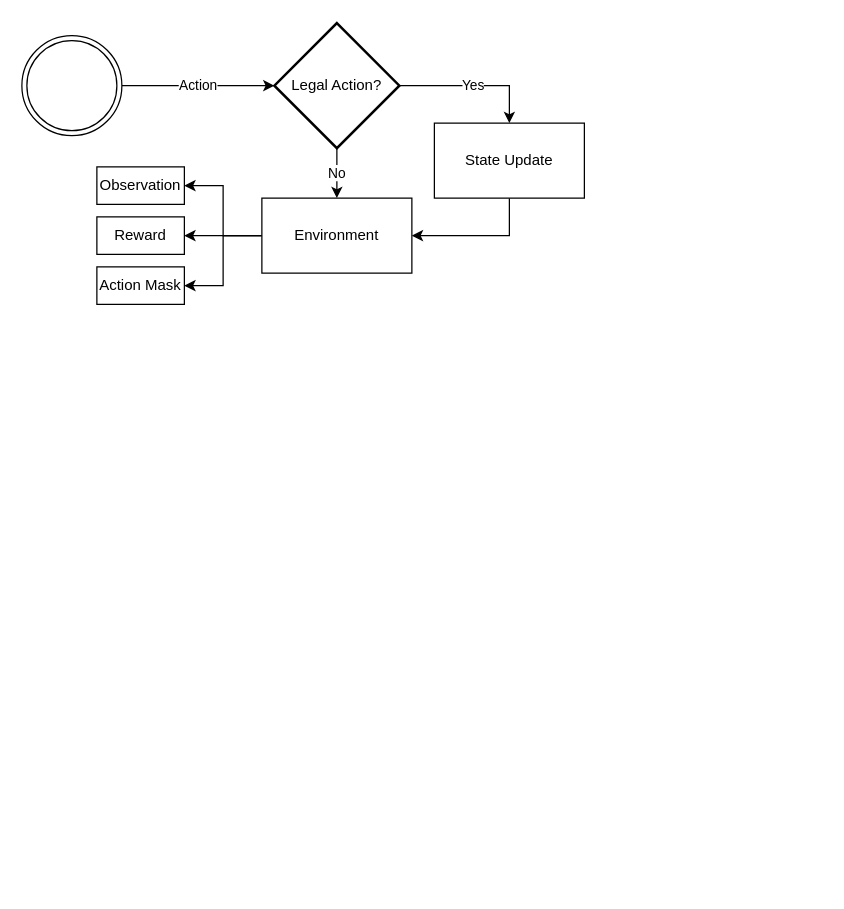
Before: environment.drawio in felixstillger/draw_io, a draw.io diagram. Source tidied: cells renumbered, new cells numbered last; positions are measured from the earlier drawing's top-left corner, leaving out a move shared by most shapes. Both pictures are drawn from the tidied source at 125%, with x=0, y=0 at pixel (21, 22).
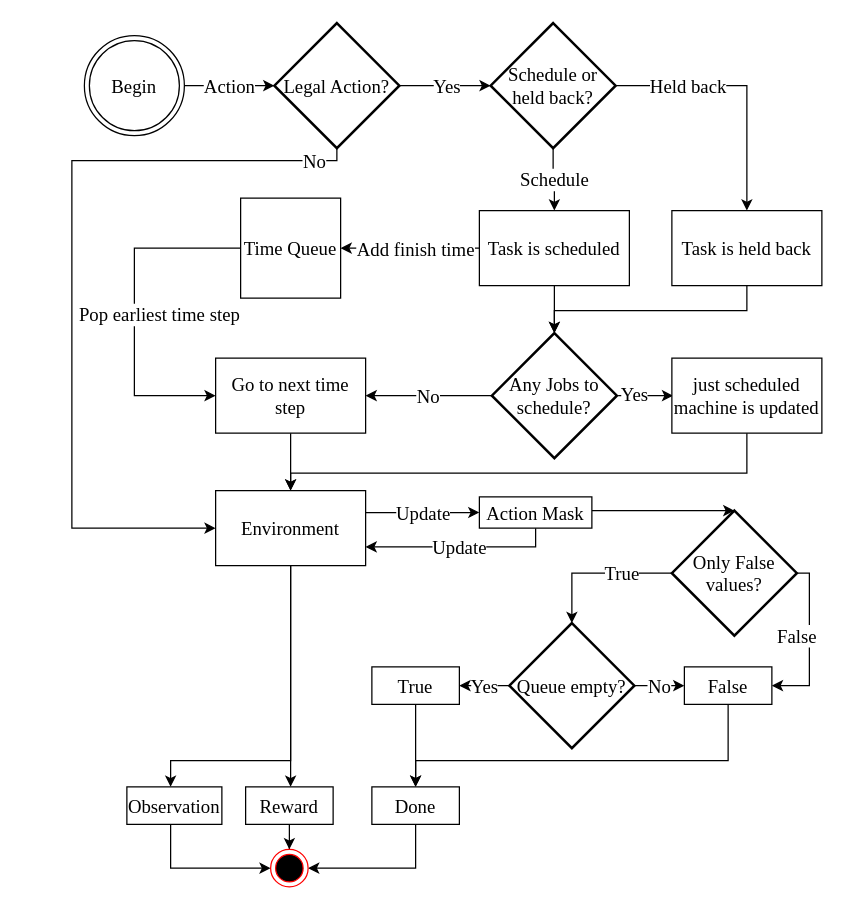
The same diagram, later.

The edit, as a diff of the source:
```diff
@@
-    <mxCell id="2" value="Action" style="edgeStyle=orthogonalEdgeStyle;rounded=0;jettySize=auto;html=1;entryX=0;entryY=0.5;entryDx=0;entryDy=0;entryPerimeter=0;" parent="1" edge="1" source="3" target="6">
+    <mxCell id="2" value="Action" style="edgeStyle=orthogonalEdgeStyle;rounded=0;jettySize=auto;html=1;entryX=0;entryY=0.5;entryDx=0;entryDy=0;entryPerimeter=0;fontFamily=Times New Roman;fontSize=15;" parent="1" edge="1" source="3" target="6">
       <mxGeometry relative="1" as="geometry" />
     </mxCell>
-    <mxCell id="3" style="ellipse;shape=doubleEllipse;whiteSpace=wrap;html=1;" parent="1" vertex="1">
-      <mxGeometry y="10" width="80" height="80" as="geometry" />
+    <mxCell id="3" value="Begin" style="ellipse;shape=doubleEllipse;whiteSpace=wrap;html=1;fontFamily=Times New Roman;fontSize=15;" parent="1" vertex="1">
+      <mxGeometry x="50" y="10" width="80" height="80" as="geometry" />
     </mxCell>
-    <mxCell id="4" value="No" style="edgeStyle=orthogonalEdgeStyle;rounded=0;jettySize=auto;html=1;entryX=0.5;entryY=0;entryDx=0;entryDy=0;" parent="1" edge="1" source="6">
-      <mxGeometry relative="1" as="geometry">
-        <mxPoint x="252" y="140" as="targetPoint" />
-      </mxGeometry>
-    </mxCell>
-    <mxCell id="5" value="Yes" style="edgeStyle=orthogonalEdgeStyle;rounded=0;jettySize=auto;html=1;entryX=0.5;entryY=0;entryDx=0;entryDy=0;" parent="1" edge="1" source="6" target="12">
-      <mxGeometry relative="1" as="geometry" />
+    <mxCell id="5" value="Yes" style="edgeStyle=orthogonalEdgeStyle;rounded=0;jettySize=auto;html=1;fontFamily=Times New Roman;fontSize=15;" parent="1" edge="1" source="6" target="34">
+      <mxGeometry x="0.04" relative="1" as="geometry" />
     </mxCell>
+    <mxCell id="16" value="No" style="edgeStyle=orthogonalEdgeStyle;rounded=0;jettySize=auto;html=1;fontFamily=Times New Roman;fontSize=15;" parent="1" edge="1" source="6" target="10">
+      <mxGeometry x="-0.91" relative="1" as="geometry">
+        <Array as="points">
+          <mxPoint x="252" y="110" />
+          <mxPoint x="40" y="110" />
+          <mxPoint x="40" y="404" />
+        </Array>
+      </mxGeometry>
+    </mxCell>
-    <mxCell id="6" value="Legal Action?" style="strokeWidth=2;html=1;shape=mxgraph.flowchart.decision;whiteSpace=wrap;" parent="1" vertex="1">
+    <mxCell id="6" value="Legal Action?" style="strokeWidth=2;html=1;shape=mxgraph.flowchart.decision;whiteSpace=wrap;fontFamily=Times New Roman;fontSize=15;" parent="1" vertex="1">
       <mxGeometry x="202" width="100" height="100" as="geometry" />
     </mxCell>
-    <mxCell id="7" style="edgeStyle=orthogonalEdgeStyle;rounded=0;jettySize=auto;html=1;entryX=1;entryY=0.5;entryDx=0;entryDy=0;" parent="1" edge="1" source="10" target="13">
-      <mxGeometry relative="1" as="geometry" />
-    </mxCell>
+    <mxCell id="9" value="Update" style="edgeStyle=orthogonalEdgeStyle;rounded=0;jettySize=auto;html=1;entryX=0;entryY=0.5;entryDx=0;entryDy=0;fontFamily=Times New Roman;fontSize=15;" parent="1" edge="1" source="10" target="15">
+      <mxGeometry relative="1" as="geometry">
+        <Array as="points">
+          <mxPoint x="321" y="392" />
+        </Array>
+      </mxGeometry>
+    </mxCell>
-    <mxCell id="8" style="edgeStyle=orthogonalEdgeStyle;rounded=0;jettySize=auto;html=1;entryX=1;entryY=0.5;entryDx=0;entryDy=0;" parent="1" edge="1" source="10" target="14">
-      <mxGeometry relative="1" as="geometry" />
+    <mxCell id="8" style="edgeStyle=orthogonalEdgeStyle;rounded=0;jettySize=auto;html=1;fontFamily=Times New Roman;fontSize=15;" parent="1" edge="1" source="10" target="14">
+      <mxGeometry relative="1" as="geometry">
+        <Array as="points">
+          <mxPoint x="215" y="559" />
+          <mxPoint x="215" y="559" />
+        </Array>
+      </mxGeometry>
     </mxCell>
-    <mxCell id="9" style="edgeStyle=orthogonalEdgeStyle;rounded=0;jettySize=auto;html=1;entryX=1;entryY=0.5;entryDx=0;entryDy=0;" parent="1" edge="1" source="10" target="15">
-      <mxGeometry relative="1" as="geometry" />
-    </mxCell>
+    <mxCell id="17" style="edgeStyle=orthogonalEdgeStyle;rounded=0;jettySize=auto;html=1;fontFamily=Times New Roman;fontSize=15;" parent="1" edge="1" target="13">
+      <mxGeometry relative="1" as="geometry">
+        <mxPoint x="215" y="434" as="sourcePoint" />
+        <Array as="points">
+          <mxPoint x="215" y="590" />
+          <mxPoint x="119" y="590" />
+        </Array>
+      </mxGeometry>
+    </mxCell>
-    <mxCell id="10" value="Environment" style="rounded=0;whiteSpace=wrap;html=1;" parent="1" vertex="1">
-      <mxGeometry x="192" y="140" width="120" height="60" as="geometry" />
+    <mxCell id="10" value="Environment" style="rounded=0;whiteSpace=wrap;html=1;fontFamily=Times New Roman;fontSize=15;" parent="1" vertex="1">
+      <mxGeometry x="155" y="374" width="120" height="60" as="geometry" />
     </mxCell>
-    <mxCell id="11" style="edgeStyle=orthogonalEdgeStyle;rounded=0;jettySize=auto;html=1;entryX=1;entryY=0.5;entryDx=0;entryDy=0;" parent="1" edge="1" source="12" target="10">
-      <mxGeometry relative="1" as="geometry">
-        <Array as="points">
-          <mxPoint x="390" y="170" />
-        </Array>
-      </mxGeometry>
-    </mxCell>
+    <mxCell id="18" style="edgeStyle=orthogonalEdgeStyle;rounded=0;jettySize=auto;html=1;fontFamily=Times New Roman;fontSize=15;" parent="1" edge="1" source="12" target="38">
+      <mxGeometry relative="1" as="geometry" />
+    </mxCell>
+    <mxCell id="19" value="Add finish time" style="edgeLabel;html=1;align=center;verticalAlign=middle;fontSize=15;fontFamily=Times New Roman;" parent="18" vertex="1">
+      <mxGeometry x="0.45" relative="1" as="geometry">
+        <mxPoint x="28" as="offset" />
+      </mxGeometry>
+    </mxCell>
+    <mxCell id="20" style="edgeStyle=orthogonalEdgeStyle;rounded=0;jettySize=auto;html=1;entryX=0.5;entryY=0;entryDx=0;entryDy=0;entryPerimeter=0;fontFamily=Times New Roman;fontSize=15;" parent="1" edge="1" source="12" target="27">
+      <mxGeometry relative="1" as="geometry">
+        <Array as="points">
+          <mxPoint x="426" y="230" />
+          <mxPoint x="426" y="230" />
+        </Array>
+      </mxGeometry>
+    </mxCell>
-    <mxCell id="12" value="State Update" style="rounded=0;whiteSpace=wrap;html=1;" parent="1" vertex="1">
-      <mxGeometry x="330" y="80" width="120" height="60" as="geometry" />
+    <mxCell id="12" value="Task is scheduled" style="rounded=0;whiteSpace=wrap;html=1;fontFamily=Times New Roman;fontSize=15;" parent="1" vertex="1">
+      <mxGeometry x="366" y="150" width="120" height="60" as="geometry" />
     </mxCell>
+    <mxCell id="21" style="edgeStyle=orthogonalEdgeStyle;rounded=0;jettySize=auto;html=1;fontFamily=Times New Roman;fontSize=15;" parent="1" edge="1" source="13" target="48">
+      <mxGeometry relative="1" as="geometry">
+        <Array as="points">
+          <mxPoint x="119" y="676" />
+        </Array>
+      </mxGeometry>
+    </mxCell>
-    <mxCell id="13" value="Observation" style="rounded=0;whiteSpace=wrap;html=1;" parent="1" vertex="1">
-      <mxGeometry x="60" y="115" width="70" height="30" as="geometry" />
+    <mxCell id="13" value="Observation" style="rounded=0;whiteSpace=wrap;html=1;fontFamily=Times New Roman;fontSize=15;" parent="1" vertex="1">
+      <mxGeometry x="84" y="611" width="76" height="30" as="geometry" />
     </mxCell>
+    <mxCell id="22" style="edgeStyle=orthogonalEdgeStyle;rounded=0;jettySize=auto;html=1;entryX=0.5;entryY=0;entryDx=0;entryDy=0;fontFamily=Times New Roman;fontSize=15;" parent="1" edge="1" source="14" target="48">
+      <mxGeometry relative="1" as="geometry" />
+    </mxCell>
-    <mxCell id="14" value="Reward" style="rounded=0;whiteSpace=wrap;html=1;" parent="1" vertex="1">
-      <mxGeometry x="60" y="155" width="70" height="30" as="geometry" />
+    <mxCell id="14" value="Reward" style="rounded=0;whiteSpace=wrap;html=1;fontFamily=Times New Roman;fontSize=15;" parent="1" vertex="1">
+      <mxGeometry x="179" y="611" width="70" height="30" as="geometry" />
     </mxCell>
+    <mxCell id="23" value="Update" style="edgeStyle=orthogonalEdgeStyle;rounded=0;jettySize=auto;html=1;entryX=1;entryY=0.75;entryDx=0;entryDy=0;fontFamily=Times New Roman;fontSize=15;" parent="1" edge="1" source="15" target="10">
+      <mxGeometry relative="1" as="geometry">
+        <Array as="points">
+          <mxPoint x="411" y="419" />
+        </Array>
+      </mxGeometry>
+    </mxCell>
+    <mxCell id="24" style="edgeStyle=orthogonalEdgeStyle;rounded=0;jettySize=auto;html=1;entryX=0.5;entryY=0;entryDx=0;entryDy=0;entryPerimeter=0;fontFamily=Times New Roman;fontSize=15;" parent="1" edge="1" source="15" target="51">
+      <mxGeometry relative="1" as="geometry">
+        <Array as="points">
+          <mxPoint x="470" y="390" />
+          <mxPoint x="470" y="390" />
+        </Array>
+      </mxGeometry>
+    </mxCell>
-    <mxCell id="15" value="Action Mask" style="rounded=0;whiteSpace=wrap;html=1;" parent="1" vertex="1">
-      <mxGeometry x="60" y="195" width="70" height="30" as="geometry" />
+    <mxCell id="15" value="Action Mask" style="rounded=0;whiteSpace=wrap;html=1;fontFamily=Times New Roman;fontSize=15;" parent="1" vertex="1">
+      <mxGeometry x="366" y="379" width="90" height="25" as="geometry" />
     </mxCell>
+    <mxCell id="25" value="No" style="edgeStyle=orthogonalEdgeStyle;rounded=0;jettySize=auto;html=1;fontFamily=Times New Roman;fontSize=15;" parent="1" edge="1" source="27" target="29">
+      <mxGeometry relative="1" as="geometry" />
+    </mxCell>
+    <mxCell id="26" value="Yes" style="edgeStyle=orthogonalEdgeStyle;rounded=0;orthogonalLoop=1;jettySize=auto;html=1;fontFamily=Times New Roman;fontSize=15;" parent="1" edge="1">
+      <mxGeometry x="-0.41" y="1" relative="1" as="geometry">
+        <mxPoint x="477" y="298" as="sourcePoint" />
+        <mxPoint x="521" y="298" as="targetPoint" />
+      </mxGeometry>
+    </mxCell>
+    <mxCell id="27" value="Any Jobs to schedule?" style="strokeWidth=2;html=1;shape=mxgraph.flowchart.decision;whiteSpace=wrap;fontFamily=Times New Roman;fontSize=15;" parent="1" vertex="1">
+      <mxGeometry x="376" y="248" width="100" height="100" as="geometry" />
+    </mxCell>
+    <mxCell id="28" style="edgeStyle=orthogonalEdgeStyle;rounded=0;jettySize=auto;html=1;entryX=0.5;entryY=0;entryDx=0;entryDy=0;fontFamily=Times New Roman;fontSize=15;" parent="1" edge="1" source="29" target="10">
+      <mxGeometry relative="1" as="geometry" />
+    </mxCell>
+    <mxCell id="29" value="Go to next time step" style="rounded=0;whiteSpace=wrap;html=1;fontFamily=Times New Roman;fontSize=15;" parent="1" vertex="1">
+      <mxGeometry x="155" y="268" width="120" height="60" as="geometry" />
+    </mxCell>
+    <mxCell id="30" style="edgeStyle=orthogonalEdgeStyle;rounded=0;jettySize=auto;html=1;fontFamily=Times New Roman;fontSize=15;" parent="1" edge="1" source="31" target="10">
+      <mxGeometry relative="1" as="geometry">
+        <Array as="points">
+          <mxPoint x="580" y="360" />
+          <mxPoint x="215" y="360" />
+        </Array>
+      </mxGeometry>
+    </mxCell>
+    <mxCell id="31" value="just scheduled machine is updated" style="rounded=0;whiteSpace=wrap;html=1;fontFamily=Times New Roman;fontSize=15;" parent="1" vertex="1">
+      <mxGeometry x="520" y="268" width="120" height="60" as="geometry" />
+    </mxCell>
+    <mxCell id="32" value="Schedule" style="edgeStyle=orthogonalEdgeStyle;rounded=0;jettySize=auto;html=1;entryX=0.5;entryY=0;entryDx=0;entryDy=0;fontFamily=Times New Roman;fontSize=15;" parent="1" edge="1" source="34" target="12">
+      <mxGeometry relative="1" as="geometry" />
+    </mxCell>
+    <mxCell id="33" value="Held back" style="edgeStyle=orthogonalEdgeStyle;rounded=0;jettySize=auto;html=1;entryX=0.5;entryY=0;entryDx=0;entryDy=0;fontFamily=Times New Roman;fontSize=15;" parent="1" edge="1" source="34" target="36">
+      <mxGeometry x="-0.43" relative="1" as="geometry" />
+    </mxCell>
+    <mxCell id="34" value="Schedule or held back?" style="strokeWidth=2;html=1;shape=mxgraph.flowchart.decision;whiteSpace=wrap;fontFamily=Times New Roman;fontSize=15;" parent="1" vertex="1">
+      <mxGeometry x="375" width="100" height="100" as="geometry" />
+    </mxCell>
+    <mxCell id="35" style="edgeStyle=orthogonalEdgeStyle;rounded=0;jettySize=auto;html=1;entryX=0.5;entryY=0;entryDx=0;entryDy=0;entryPerimeter=0;fontFamily=Times New Roman;fontSize=15;" parent="1" edge="1" source="36" target="27">
+      <mxGeometry relative="1" as="geometry">
+        <Array as="points">
+          <mxPoint x="580" y="230" />
+          <mxPoint x="426" y="230" />
+        </Array>
+      </mxGeometry>
+    </mxCell>
+    <mxCell id="36" value="Task is held back" style="rounded=0;whiteSpace=wrap;html=1;fontFamily=Times New Roman;fontSize=15;" parent="1" vertex="1">
+      <mxGeometry x="520" y="150" width="120" height="60" as="geometry" />
+    </mxCell>
+    <mxCell id="37" value="&lt;span style=&quot;caret-color: rgb(0, 0, 0); color: rgb(0, 0, 0); font-family: &amp;quot;Times New Roman&amp;quot;; font-size: 15px; font-style: normal; font-variant-caps: normal; font-weight: 400; letter-spacing: normal; text-align: center; text-indent: 0px; text-transform: none; word-spacing: 0px; -webkit-text-stroke-width: 0px; background-color: rgb(255, 255, 255); text-decoration: none; float: none; display: inline !important;&quot;&gt;Pop earliest time step&lt;/span&gt;" style="edgeStyle=orthogonalEdgeStyle;rounded=0;jettySize=auto;html=1;entryX=0;entryY=0.5;entryDx=0;entryDy=0;fontFamily=Times New Roman;fontSize=15;" parent="1" edge="1" source="38" target="29">
+      <mxGeometry x="0.03" y="20" relative="1" as="geometry">
+        <Array as="points">
+          <mxPoint x="90" y="180" />
+          <mxPoint x="90" y="298" />
+        </Array>
+      </mxGeometry>
+    </mxCell>
+    <mxCell id="38" value="Time Queue" style="whiteSpace=wrap;html=1;fontFamily=Times New Roman;fontSize=15;" parent="1" vertex="1">
+      <mxGeometry x="175" y="140" width="80" height="80" as="geometry" />
+    </mxCell>
+    <mxCell id="39" value="Yes" style="edgeStyle=orthogonalEdgeStyle;rounded=0;jettySize=auto;html=1;entryX=1;entryY=0.5;entryDx=0;entryDy=0;fontFamily=Times New Roman;fontSize=15;" parent="1" edge="1" source="41" target="45">
+      <mxGeometry relative="1" as="geometry" />
+    </mxCell>
+    <mxCell id="40" value="No" style="edgeStyle=orthogonalEdgeStyle;rounded=0;jettySize=auto;html=1;entryX=0;entryY=0.5;entryDx=0;entryDy=0;fontFamily=Times New Roman;fontSize=15;" parent="1" edge="1" source="41" target="47">
+      <mxGeometry relative="1" as="geometry" />
+    </mxCell>
+    <mxCell id="41" value="Queue empty?" style="strokeWidth=2;html=1;shape=mxgraph.flowchart.decision;whiteSpace=wrap;fontFamily=Times New Roman;fontSize=15;" parent="1" vertex="1">
+      <mxGeometry x="390" y="480" width="100" height="100" as="geometry" />
+    </mxCell>
+    <mxCell id="42" style="edgeStyle=orthogonalEdgeStyle;rounded=0;jettySize=auto;html=1;entryX=1;entryY=0.5;entryDx=0;entryDy=0;fontFamily=Times New Roman;fontSize=15;" parent="1" edge="1" source="43" target="48">
+      <mxGeometry relative="1" as="geometry">
+        <Array as="points">
+          <mxPoint x="315" y="676" />
+        </Array>
+      </mxGeometry>
+    </mxCell>
+    <mxCell id="43" value="Done" style="rounded=0;whiteSpace=wrap;html=1;fontFamily=Times New Roman;fontSize=15;" parent="1" vertex="1">
+      <mxGeometry x="280" y="611" width="70" height="30" as="geometry" />
+    </mxCell>
+    <mxCell id="44" style="edgeStyle=orthogonalEdgeStyle;rounded=0;jettySize=auto;html=1;fontFamily=Times New Roman;fontSize=15;" parent="1" edge="1" source="45" target="43">
+      <mxGeometry relative="1" as="geometry" />
+    </mxCell>
+    <mxCell id="45" value="True" style="rounded=0;whiteSpace=wrap;html=1;fontFamily=Times New Roman;fontSize=15;" parent="1" vertex="1">
+      <mxGeometry x="280" y="515" width="70" height="30" as="geometry" />
+    </mxCell>
+    <mxCell id="46" style="edgeStyle=orthogonalEdgeStyle;rounded=0;jettySize=auto;html=1;entryX=0.5;entryY=0;entryDx=0;entryDy=0;fontFamily=Times New Roman;fontSize=15;" parent="1" edge="1" source="47" target="43">
+      <mxGeometry relative="1" as="geometry">
+        <Array as="points">
+          <mxPoint x="565" y="590" />
+          <mxPoint x="315" y="590" />
+        </Array>
+      </mxGeometry>
+    </mxCell>
+    <mxCell id="47" value="False" style="rounded=0;whiteSpace=wrap;html=1;fontFamily=Times New Roman;fontSize=15;" parent="1" vertex="1">
+      <mxGeometry x="530" y="515" width="70" height="30" as="geometry" />
+    </mxCell>
+    <mxCell id="48" style="ellipse;html=1;shape=endState;fillColor=#000000;strokeColor=#ff0000;fontFamily=Times New Roman;fontSize=15;" parent="1" vertex="1">
+      <mxGeometry x="199" y="661" width="30" height="30" as="geometry" />
+    </mxCell>
+    <mxCell id="49" value="True" style="edgeStyle=orthogonalEdgeStyle;rounded=0;jettySize=auto;html=1;entryX=0.5;entryY=0;entryDx=0;entryDy=0;entryPerimeter=0;fontFamily=Times New Roman;fontSize=15;" parent="1" edge="1" source="51" target="41">
+      <mxGeometry x="-0.33" relative="1" as="geometry" />
+    </mxCell>
+    <mxCell id="50" value="False" style="edgeStyle=orthogonalEdgeStyle;rounded=0;jettySize=auto;html=1;entryX=1;entryY=0.5;entryDx=0;entryDy=0;fontFamily=Times New Roman;fontSize=15;" parent="1" edge="1" source="51" target="47">
+      <mxGeometry x="-0.08" y="-10" relative="1" as="geometry">
+        <Array as="points">
+          <mxPoint x="630" y="440" />
+          <mxPoint x="630" y="530" />
+        </Array>
+      </mxGeometry>
+    </mxCell>
+    <mxCell id="51" value="Only False values?" style="strokeWidth=2;html=1;shape=mxgraph.flowchart.decision;whiteSpace=wrap;fontFamily=Times New Roman;fontSize=15;" parent="1" vertex="1">
+      <mxGeometry x="520" y="390" width="100" height="100" as="geometry" />
+    </mxCell>
```
